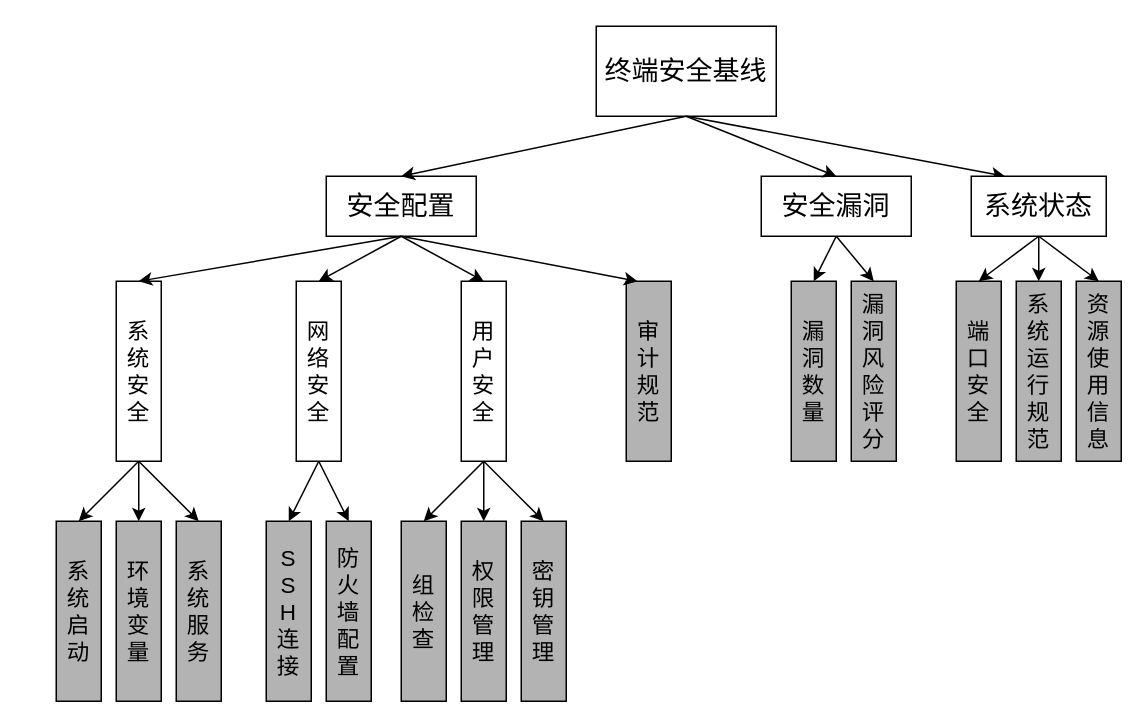
This is testDirectory/可信属性层次关系图.drawio from Moose1273/-, a draw.io file, before an edit. Source tidied: cells renumbered, new cells numbered last; positions are measured from the earlier drawing's top-left corner, leaving out a move shared by most shapes. Both pictures are drawn from the tidied source at 150%, with x=0, y=0 at pixel (56, 26).
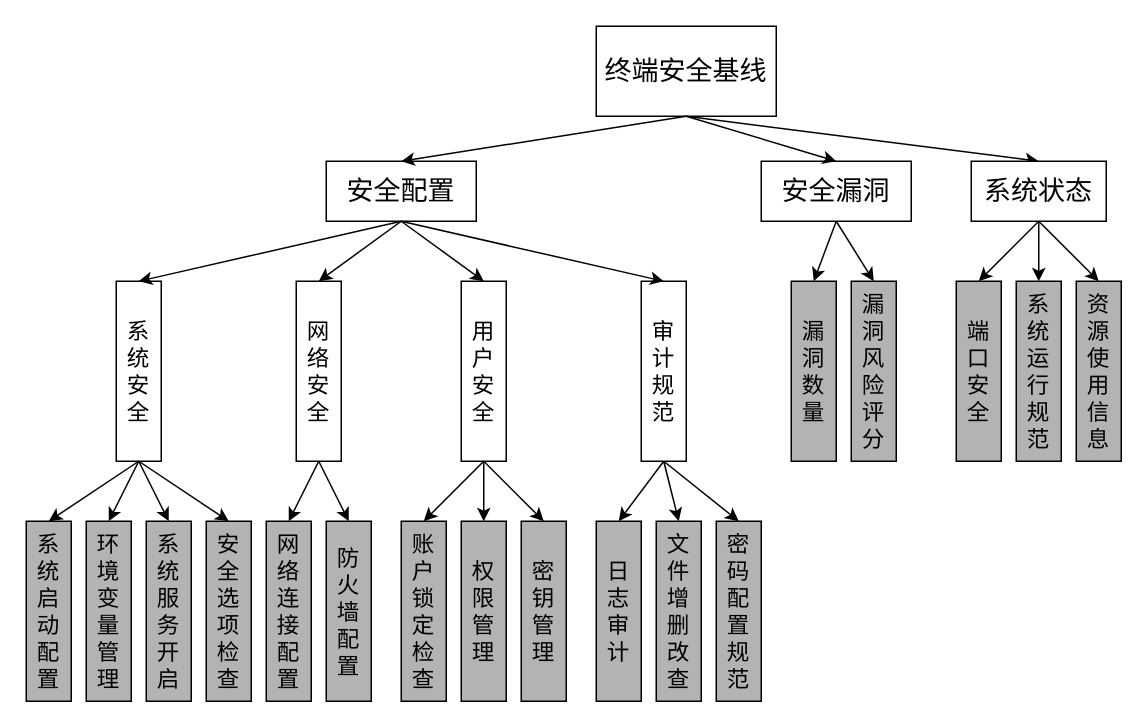
The same diagram, later.

Commit message:
更新可信属性层次关系图.drawio

Unchanged cells that the change refers to:
```xml
<mxCell id="2" value="&lt;font style=&quot;font-size: 18px;&quot;&gt;终端安全基线&lt;/font&gt;" style="rounded=0;whiteSpace=wrap;html=1;" parent="1" vertex="1">
  <mxGeometry x="360" width="120" height="60" as="geometry" />
</mxCell>
<mxCell id="9" value="&lt;font style=&quot;font-size: 15px;&quot;&gt;系统安全&lt;/font&gt;" style="rounded=0;whiteSpace=wrap;html=1;" parent="1" vertex="1">
  <mxGeometry x="40" y="170" width="30" height="120" as="geometry" />
</mxCell>
```

Diff of the diagram source:
```diff
@@
     <mxCell id="3" value="&lt;font style=&quot;font-size: 18px;&quot;&gt;安全配置&lt;/font&gt;" style="rounded=0;whiteSpace=wrap;html=1;" parent="1" vertex="1">
-      <mxGeometry x="180" y="100" width="100" height="40" as="geometry" />
+      <mxGeometry x="180" y="90" width="100" height="40" as="geometry" />
     </mxCell>
     <mxCell id="4" value="&lt;font style=&quot;font-size: 18px;&quot;&gt;安全漏洞&lt;/font&gt;" style="rounded=0;whiteSpace=wrap;html=1;" parent="1" vertex="1">
-      <mxGeometry x="470" y="100" width="100" height="40" as="geometry" />
+      <mxGeometry x="470" y="90" width="100" height="40" as="geometry" />
     </mxCell>
@@
-    <mxCell id="7" style="endArrow=classic;html=1;rounded=0;exitX=0.5;exitY=1;exitDx=0;exitDy=0;entryX=0.25;entryY=0;entryDx=0;entryDy=0;" parent="1" edge="1" source="2" target="8">
+    <mxCell id="7" style="endArrow=classic;html=1;rounded=0;exitX=0.5;exitY=1;exitDx=0;exitDy=0;entryX=0.5;entryY=0;entryDx=0;entryDy=0;" parent="1" edge="1" source="2" target="8">
       <mxGeometry relative="1" as="geometry" />
     </mxCell>
     <mxCell id="8" value="&lt;font style=&quot;font-size: 18px;&quot;&gt;系统状态&lt;/font&gt;" style="rounded=0;whiteSpace=wrap;html=1;" parent="1" vertex="1">
-      <mxGeometry x="610" y="100" width="90" height="40" as="geometry" />
+      <mxGeometry x="610" y="90" width="90" height="40" as="geometry" />
     </mxCell>
@@
-    <mxCell id="16" value="&lt;span style=&quot;font-size: 15px;&quot;&gt;审计规范&lt;/span&gt;" style="rounded=0;whiteSpace=wrap;html=1;fillColor=#B3B3B3;" parent="1" vertex="1">
-      <mxGeometry x="380" y="170" width="30" height="120" as="geometry" />
+    <mxCell id="16" value="&lt;span style=&quot;font-size: 15px;&quot;&gt;审计规范&lt;/span&gt;" style="rounded=0;whiteSpace=wrap;html=1;fillColor=#FFFFFF;" parent="1" vertex="1">
+      <mxGeometry x="390" y="170" width="30" height="120" as="geometry" />
     </mxCell>
-    <mxCell id="17" value="&lt;font style=&quot;font-size: 15px;&quot;&gt;系统启动&lt;/font&gt;" style="rounded=0;whiteSpace=wrap;html=1;fillColor=#B3B3B3;" parent="1" vertex="1">
-      <mxGeometry y="330" width="30" height="120" as="geometry" />
+    <mxCell id="17" value="&lt;font style=&quot;font-size: 15px;&quot;&gt;系统启动配置&lt;/font&gt;" style="rounded=0;whiteSpace=wrap;html=1;fillColor=#B3B3B3;" parent="1" vertex="1">
+      <mxGeometry x="-20" y="330" width="30" height="120" as="geometry" />
     </mxCell>
@@
-    <mxCell id="21" style="endArrow=classic;html=1;rounded=0;exitX=0.5;exitY=1;exitDx=0;exitDy=0;entryX=0.25;entryY=0;entryDx=0;entryDy=0;" parent="1" edge="1" source="3" target="16">
+    <mxCell id="21" style="endArrow=classic;html=1;rounded=0;exitX=0.5;exitY=1;exitDx=0;exitDy=0;entryX=0.5;entryY=0;entryDx=0;entryDy=0;" parent="1" edge="1" source="3" target="16">
       <mxGeometry relative="1" as="geometry" />
     </mxCell>
@@
-    <mxCell id="26" value="&lt;font style=&quot;font-size: 15px;&quot;&gt;环境变量&lt;/font&gt;" style="rounded=0;whiteSpace=wrap;html=1;fillColor=#B3B3B3;" parent="1" vertex="1">
-      <mxGeometry x="40" y="330" width="30" height="120" as="geometry" />
+    <mxCell id="26" value="&lt;font style=&quot;font-size: 15px;&quot;&gt;环境变量管理&lt;/font&gt;" style="rounded=0;whiteSpace=wrap;html=1;fillColor=#B3B3B3;" parent="1" vertex="1">
+      <mxGeometry x="20" y="330" width="30" height="120" as="geometry" />
     </mxCell>
-    <mxCell id="27" value="&lt;font style=&quot;font-size: 15px;&quot;&gt;组检查&lt;/font&gt;" style="rounded=0;whiteSpace=wrap;html=1;fillColor=#B3B3B3;" parent="1" vertex="1">
+    <mxCell id="27" value="&lt;font style=&quot;font-size: 15px;&quot;&gt;账户锁定检查&lt;/font&gt;" style="rounded=0;whiteSpace=wrap;html=1;fillColor=#B3B3B3;" parent="1" vertex="1">
       <mxGeometry x="230" y="330" width="30" height="120" as="geometry" />
     </mxCell>
@@
-    <mxCell id="29" value="&lt;font style=&quot;font-size: 15px;&quot;&gt;S&lt;br&gt;S&lt;br&gt;H&lt;br&gt;连&lt;br&gt;接&lt;/font&gt;" style="rounded=0;whiteSpace=wrap;html=1;fillColor=#B3B3B3;" parent="1" vertex="1">
+    <mxCell id="29" value="&lt;font style=&quot;font-size: 15px;&quot;&gt;网络连&lt;br&gt;接配置&lt;/font&gt;" style="rounded=0;whiteSpace=wrap;html=1;fillColor=#B3B3B3;" parent="1" vertex="1">
       <mxGeometry x="140" y="330" width="30" height="120" as="geometry" />
     </mxCell>
-    <mxCell id="30" value="&lt;font style=&quot;font-size: 15px;&quot;&gt;系统服务&lt;/font&gt;" style="rounded=0;whiteSpace=wrap;html=1;fillColor=#B3B3B3;" parent="1" vertex="1">
-      <mxGeometry x="80" y="330" width="30" height="120" as="geometry" />
+    <mxCell id="30" value="&lt;font style=&quot;font-size: 15px;&quot;&gt;系统服务开启&lt;/font&gt;" style="rounded=0;whiteSpace=wrap;html=1;fillColor=#B3B3B3;" parent="1" vertex="1">
+      <mxGeometry x="60" y="330" width="30" height="120" as="geometry" />
     </mxCell>
@@
+    <mxCell id="43" value="&lt;font style=&quot;font-size: 15px;&quot;&gt;日志审计&lt;/font&gt;" style="rounded=0;whiteSpace=wrap;html=1;fillColor=#B3B3B3;" parent="1" vertex="1">
+      <mxGeometry x="360" y="330" width="30" height="120" as="geometry" />
+    </mxCell>
+    <mxCell id="44" value="&lt;font style=&quot;font-size: 15px;&quot;&gt;文件增删改查&lt;/font&gt;" style="rounded=0;whiteSpace=wrap;html=1;fillColor=#B3B3B3;" parent="1" vertex="1">
+      <mxGeometry x="400" y="330" width="30" height="120" as="geometry" />
+    </mxCell>
+    <mxCell id="45" style="endArrow=classic;html=1;rounded=0;exitX=0.5;exitY=1;exitDx=0;exitDy=0;entryX=0.5;entryY=0;entryDx=0;entryDy=0;" parent="1" edge="1" source="16" target="43">
+      <mxGeometry relative="1" as="geometry" />
+    </mxCell>
+    <mxCell id="46" style="endArrow=classic;html=1;rounded=0;exitX=0.5;exitY=1;exitDx=0;exitDy=0;entryX=0.5;entryY=0;entryDx=0;entryDy=0;" parent="1" edge="1" source="16" target="44">
+      <mxGeometry relative="1" as="geometry" />
+    </mxCell>
+    <mxCell id="47" value="&lt;font style=&quot;font-size: 15px;&quot;&gt;密码配置规范&lt;/font&gt;" style="rounded=0;whiteSpace=wrap;html=1;fillColor=#B3B3B3;" parent="1" vertex="1">
+      <mxGeometry x="440" y="330" width="30" height="120" as="geometry" />
+    </mxCell>
+    <mxCell id="48" style="endArrow=classic;html=1;rounded=0;exitX=0.5;exitY=1;exitDx=0;exitDy=0;entryX=0.5;entryY=0;entryDx=0;entryDy=0;" parent="1" edge="1" source="16" target="47">
+      <mxGeometry relative="1" as="geometry" />
+    </mxCell>
+    <mxCell id="49" value="&lt;font style=&quot;font-size: 15px;&quot;&gt;安全选项检查&lt;/font&gt;" style="rounded=0;whiteSpace=wrap;html=1;fillColor=#B3B3B3;" parent="1" vertex="1">
+      <mxGeometry x="100" y="330" width="30" height="120" as="geometry" />
+    </mxCell>
+    <mxCell id="50" style="endArrow=classic;html=1;rounded=0;exitX=0.5;exitY=1;exitDx=0;exitDy=0;entryX=0.5;entryY=0;entryDx=0;entryDy=0;" parent="1" edge="1" source="9" target="49">
+      <mxGeometry relative="1" as="geometry" />
+    </mxCell>
```
